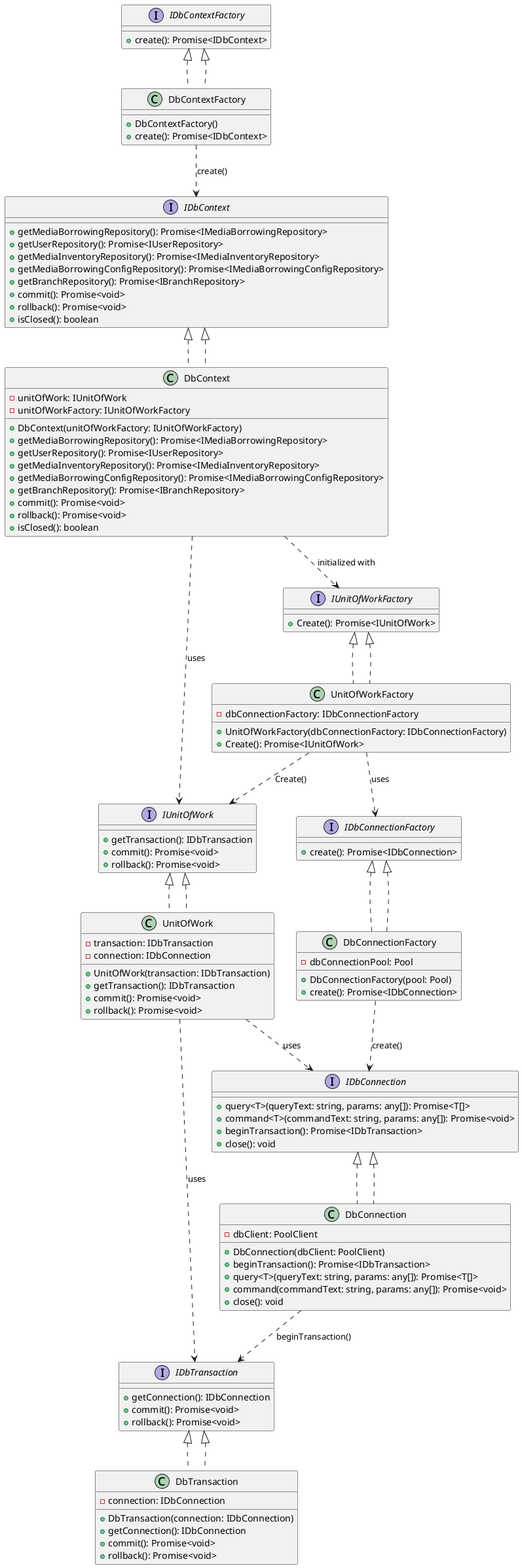
Earlier version of the PlantUML export documentation/c4/level-4/media-borrowing/png/media-borrowing-db-classes.png (Nox-iv/group-11). The source it was exported from:
```plantuml
@startuml

interface IDbConnection {
    +query<T>(queryText: string, params: any[]): Promise<T[]>
    +command<T>(commandText: string, params: any[]): Promise<void>
    +beginTransaction(): Promise<IDbTransaction>
    +close(): void
}

interface IDbConnectionFactory {
    +create(): Promise<IDbConnection>
}

class DbConnection implements IDbConnection {
    -dbClient: PoolClient
    +DbConnection(dbClient: PoolClient)
    +beginTransaction(): Promise<IDbTransaction>
    +query<T>(queryText: string, params: any[]): Promise<T[]>
    +command(commandText: string, params: any[]): Promise<void>
    +close(): void
}

class DbConnectionFactory implements IDbConnectionFactory {
    -dbConnectionPool: Pool
    +DbConnectionFactory(pool: Pool)
    +create(): Promise<IDbConnection>
}

interface IDbTransaction {
    +getConnection(): IDbConnection
    +commit(): Promise<void>
    +rollback(): Promise<void>
}

class DbTransaction implements IDbTransaction {
    -connection: IDbConnection
    +DbTransaction(connection: IDbConnection)
    +getConnection(): IDbConnection
    +commit(): Promise<void>
    +rollback(): Promise<void>
}

interface IUnitOfWork {
    +getTransaction(): IDbTransaction
    +commit(): Promise<void>
    +rollback(): Promise<void>
}

interface IUnitOfWorkFactory {
    +Create(): Promise<IUnitOfWork>
}

class UnitOfWorkFactory implements IUnitOfWorkFactory {
    -dbConnectionFactory: IDbConnectionFactory
    +UnitOfWorkFactory(dbConnectionFactory: IDbConnectionFactory)
    +Create(): Promise<IUnitOfWork>
}

class UnitOfWork implements IUnitOfWork {
    -transaction: IDbTransaction
    -connection: IDbConnection
    +UnitOfWork(transaction: IDbTransaction)
    +getTransaction(): IDbTransaction
    +commit(): Promise<void>
    +rollback(): Promise<void>
}

interface IDbContext {
    +getMediaBorrowingRepository(): Promise<IMediaBorrowingRepository>
    +getUserRepository(): Promise<IUserRepository>
    +getMediaInventoryRepository(): Promise<IMediaInventoryRepository>
    +getMediaBorrowingConfigRepository(): Promise<IMediaBorrowingConfigRepository>
    +getBranchRepository(): Promise<IBranchRepository>
    +commit(): Promise<void>
    +rollback(): Promise<void>
    +isClosed(): boolean
}

class DbContext implements IDbContext {
    -unitOfWork: IUnitOfWork
    -unitOfWorkFactory: IUnitOfWorkFactory
    +DbContext(unitOfWorkFactory: IUnitOfWorkFactory)
    +getMediaBorrowingRepository(): Promise<IMediaBorrowingRepository>
    +getUserRepository(): Promise<IUserRepository>
    +getMediaInventoryRepository(): Promise<IMediaInventoryRepository>
    +getMediaBorrowingConfigRepository(): Promise<IMediaBorrowingConfigRepository>
    +getBranchRepository(): Promise<IBranchRepository>
    +commit(): Promise<void>
    +rollback(): Promise<void>
    +isClosed(): boolean
}

interface IDbContextFactory {
    +create(): Promise<IDbContext>
}

class DbContextFactory implements IDbContextFactory {
    +DbContextFactory()
    +create(): Promise<IDbContext>
}

IDbConnection <|.. DbConnection
IDbConnectionFactory <|.. DbConnectionFactory
IDbTransaction <|.. DbTransaction
IUnitOfWorkFactory <|.. UnitOfWorkFactory
IUnitOfWork <|.. UnitOfWork
IDbContext <|.. DbContext
IDbContextFactory <|.. DbContextFactory

DbConnectionFactory ..> IDbConnection : create()
UnitOfWorkFactory ..> IUnitOfWork : Create()
UnitOfWorkFactory ..> IDbConnectionFactory : uses

UnitOfWork ..> IDbTransaction : uses
UnitOfWork ..> IDbConnection : uses

DbConnection ..> IDbTransaction : beginTransaction()

DbContextFactory ..> IDbContext : create()

DbContext ..> IUnitOfWork : uses
DbContext ..> IUnitOfWorkFactory : initialized with

@enduml
```
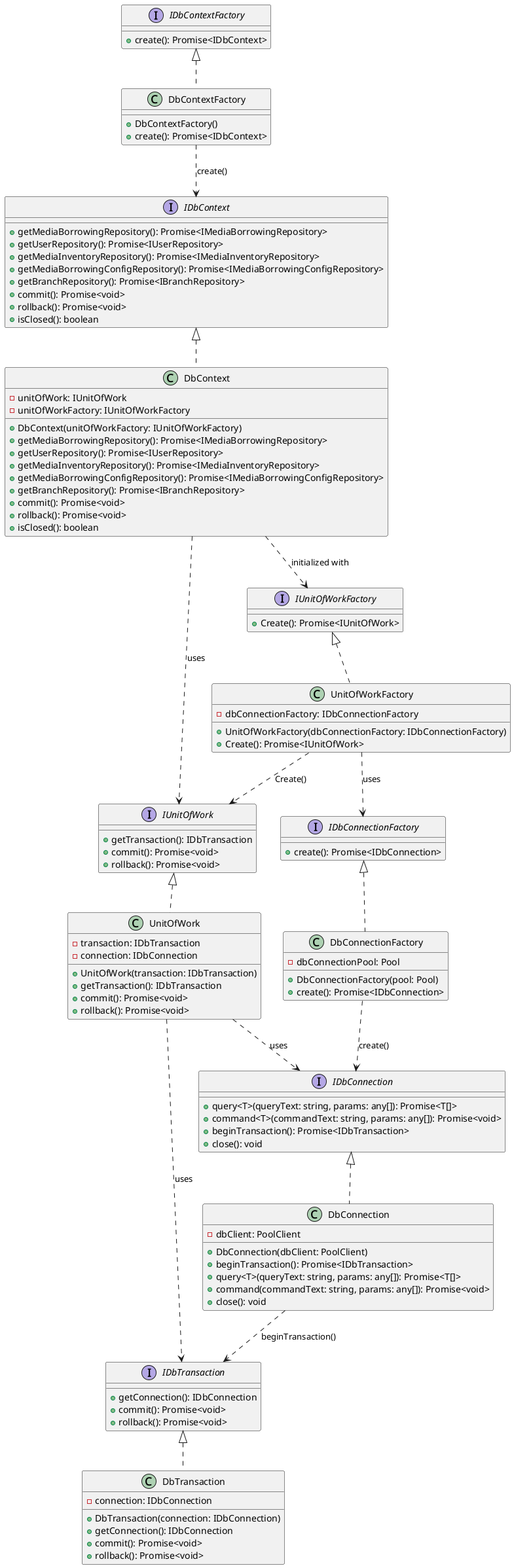
The same diagram one commit later.

The edit, as a diff of the source:
```diff
@@ -99,14 +99,6 @@
     +create(): Promise<IDbContext>
 }
 
-IDbConnection <|.. DbConnection
-IDbConnectionFactory <|.. DbConnectionFactory
-IDbTransaction <|.. DbTransaction
-IUnitOfWorkFactory <|.. UnitOfWorkFactory
-IUnitOfWork <|.. UnitOfWork
-IDbContext <|.. DbContext
-IDbContextFactory <|.. DbContextFactory
-
 DbConnectionFactory ..> IDbConnection : create()
 UnitOfWorkFactory ..> IUnitOfWork : Create()
 UnitOfWorkFactory ..> IDbConnectionFactory : uses
```
